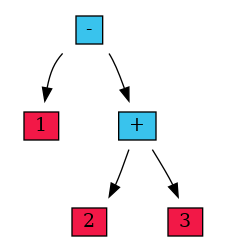
Above: GRAPH_VIZ/gvDiff_func.dot.png in Mikhail038/MY_Differentiator (Graphviz), before the change. Its source is kept beside it as GRAPH_VIZ/gvDiff_func.dot.
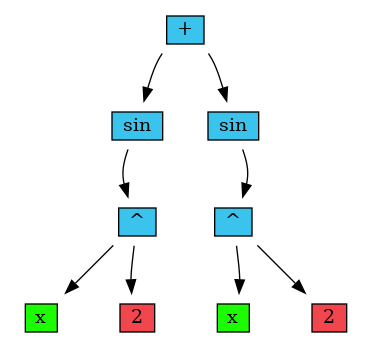
After the commit.

Diff of the diagram source:
```diff
@@ -4,13 +4,13 @@
     bgcolor = "white";
     node [shape = "plaintext", style = "solid"];
 
-                    node_0x604000000050
+                    node_0x604000000110
                     [
                         label=
                         <
                         <table border="0" cellborder="1" cellspacing="0">
                             <tr><td colspan="2" bgcolor = "#39c3ed">
- - </td>
+ + </td>
                             </tr>
                         </table>
                         >
@@ -22,54 +22,110 @@
                         label=
                         <
                         <table border="0" cellborder="1" cellspacing="0">
-                            <tr><td colspan="2" bgcolor = "#f21847">
- 1 </td>
+                            <tr><td colspan="2" bgcolor = "#39c3ed">
+ sin </td>
                             </tr>
                         </table>
                         >
                     ]
 
-                    node_0x604000000050 -> node_0x604000000010;
+                    node_0x604000000110 -> node_0x604000000010;
+
+                    node_0x604000000090
+                    [
+                        label=
+                        <
+                        <table border="0" cellborder="1" cellspacing="0">
+                            <tr><td colspan="2" bgcolor = "#39c3ed">
+ ^ </td>
+                            </tr>
+                        </table>
+                        >
+                    ]
+
+                    node_0x604000000010 -> node_0x604000000090;
+
+                    node_0x604000000050
+                    [
+                        label=
+                        <
+                        <table border="0" cellborder="1" cellspacing="0">
+                            <tr><td colspan="2" bgcolor = "#1cfc03">
+ x </td>
+                            </tr>
+                        </table>
+                        >
+                    ]
+
+                    node_0x604000000090 -> node_0x604000000050;
 
                     node_0x6040000000d0
                     [
                         label=
                         <
                         <table border="0" cellborder="1" cellspacing="0">
-                            <tr><td colspan="2" bgcolor = "#39c3ed">
- + </td>
-                            </tr>
-                        </table>
-                        >
-                    ]
-
-                    node_0x604000000050 -> node_0x6040000000d0;
-
-                    node_0x604000000090
-                    [
-                        label=
-                        <
-                        <table border="0" cellborder="1" cellspacing="0">
-                            <tr><td colspan="2" bgcolor = "#f21847">
+                            <tr><td colspan="2" bgcolor = "#f2464f">
  2 </td>
                             </tr>
                         </table>
                         >
                     ]
 
-                    node_0x6040000000d0 -> node_0x604000000090;
+                    node_0x604000000090 -> node_0x6040000000d0;
 
-                    node_0x604000000110
+                    node_0x604000000150
                     [
                         label=
                         <
                         <table border="0" cellborder="1" cellspacing="0">
-                            <tr><td colspan="2" bgcolor = "#f21847">
- 3 </td>
+                            <tr><td colspan="2" bgcolor = "#39c3ed">
+ sin </td>
                             </tr>
                         </table>
                         >
                     ]
 
-                    node_0x6040000000d0 -> node_0x604000000110;
+                    node_0x604000000110 -> node_0x604000000150;
+
+                    node_0x6040000001d0
+                    [
+                        label=
+                        <
+                        <table border="0" cellborder="1" cellspacing="0">
+                            <tr><td colspan="2" bgcolor = "#39c3ed">
+ ^ </td>
+                            </tr>
+                        </table>
+                        >
+                    ]
+
+                    node_0x604000000150 -> node_0x6040000001d0;
+
+                    node_0x604000000190
+                    [
+                        label=
+                        <
+                        <table border="0" cellborder="1" cellspacing="0">
+                            <tr><td colspan="2" bgcolor = "#1cfc03">
+ x </td>
+                            </tr>
+                        </table>
+                        >
+                    ]
+
+                    node_0x6040000001d0 -> node_0x604000000190;
+
+                    node_0x604000000210
+                    [
+                        label=
+                        <
+                        <table border="0" cellborder="1" cellspacing="0">
+                            <tr><td colspan="2" bgcolor = "#f2464f">
+ 2 </td>
+                            </tr>
+                        </table>
+                        >
+                    ]
+
+                    node_0x6040000001d0 -> node_0x604000000210;
 }
```
